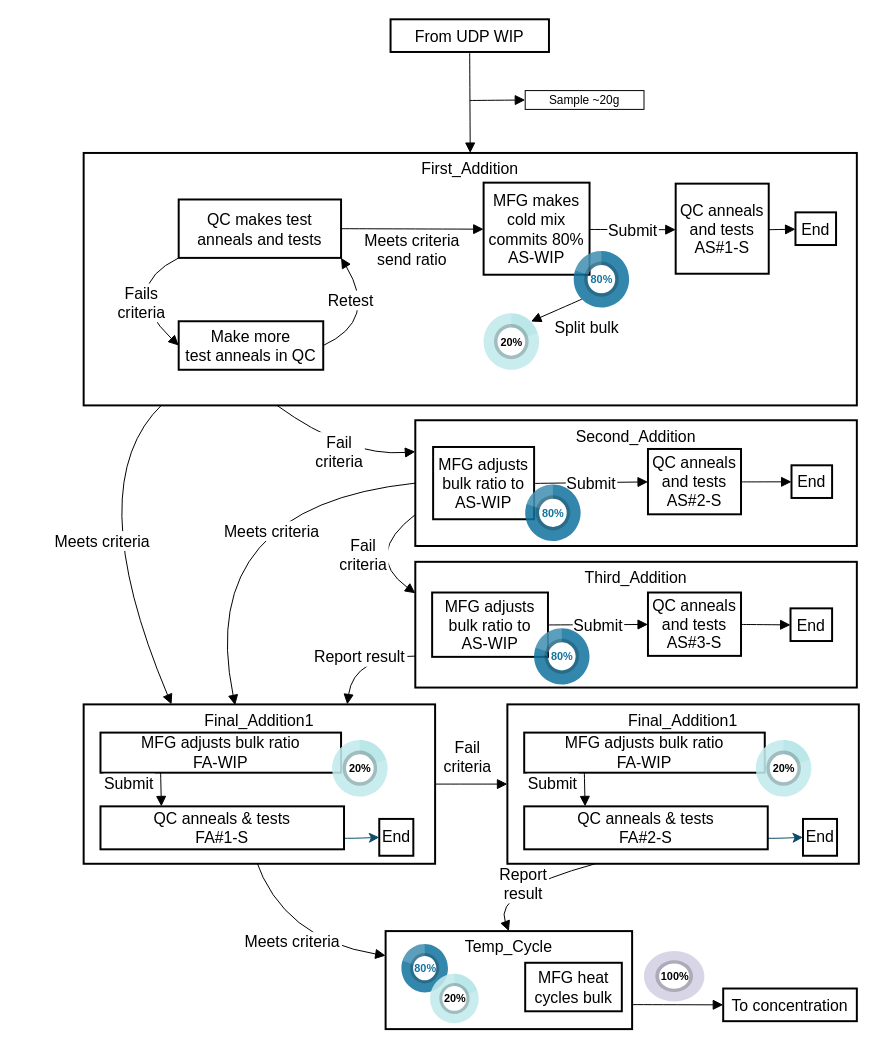
The draw.io diagram Flows.drawio in jeffspc88mx/MiscStuff, before the edit. Source tidied: cells renumbered, new cells numbered last; positions are measured from the earlier drawing's top-left corner, leaving out a move shared by most shapes. Both pictures are drawn from the tidied source at 99%, with x=0, y=0 at pixel (78, 19).
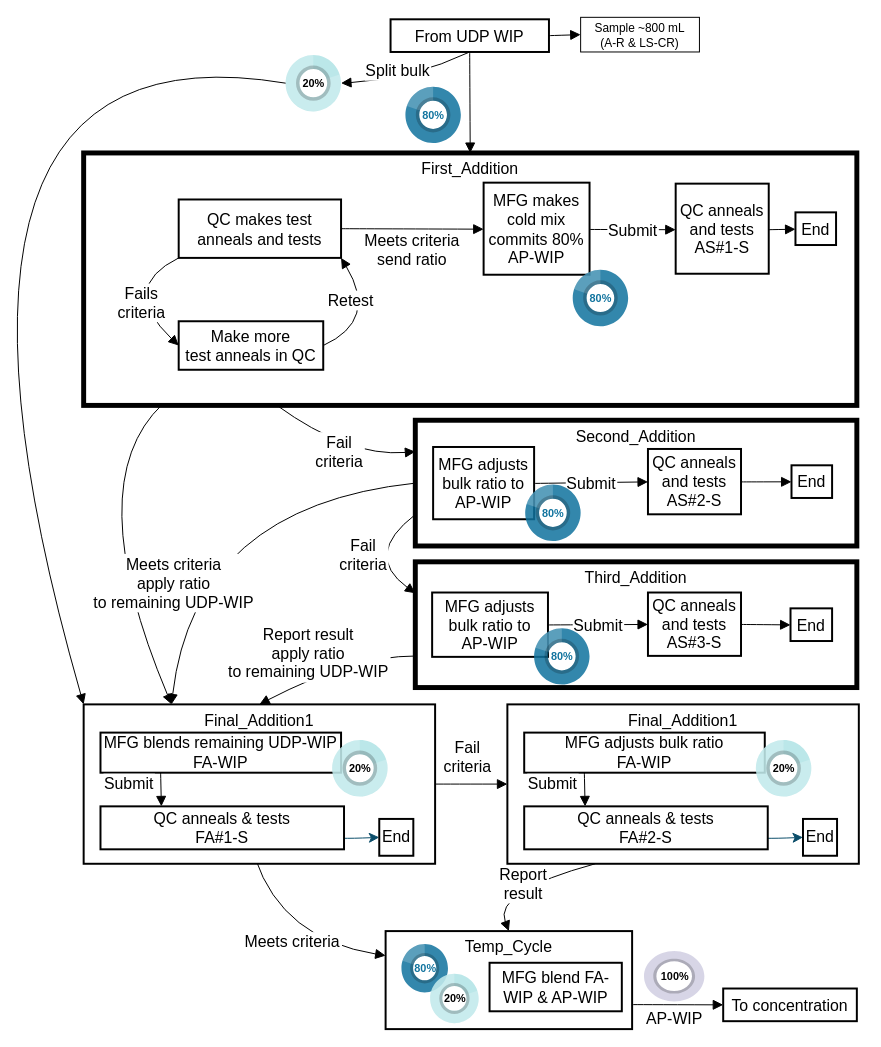
The same page after the edit.

Unchanged cells that the change refers to:
```xml
<mxCell id="2" value="Temp_Cycle" style="whiteSpace=wrap;strokeWidth=2;verticalAlign=top;fontSize=16;" parent="1" vertex="1">
  <mxGeometry x="310" y="921" width="249" height="99" as="geometry" />
</mxCell>
<mxCell id="8" value="From UDP WIP" style="whiteSpace=wrap;strokeWidth=2;fontSize=16;" parent="1" vertex="1">
  <mxGeometry x="315" width="160" height="33" as="geometry" />
</mxCell>
<mxCell id="9" value="To concentration" style="whiteSpace=wrap;strokeWidth=2;fontSize=16;" parent="1" vertex="1">
  <mxGeometry x="651" y="979" width="135" height="33" as="geometry" />
</mxCell>
<mxCell id="44" style="group;fontSize=16;" parent="1" vertex="1">
  <mxGeometry x="5" y="692" width="360" height="161" as="geometry" />
</mxCell>
<mxCell id="45" value="Final_Addition1" style="whiteSpace=wrap;strokeWidth=2;verticalAlign=top;fontSize=16;" parent="44" vertex="1">
  <mxGeometry width="355" height="161" as="geometry" />
</mxCell>
```

What changed in the source:
```diff
@@
-    <mxCell id="3" value="MFG heat&#10;cycles bulk" style="whiteSpace=wrap;strokeWidth=2;fontSize=16;" parent="2" vertex="1">
-      <mxGeometry x="141" y="32" width="97.6" height="49" as="geometry" />
+    <mxCell id="3" value="MFG blend FA-WIP &amp; AP-WIP" style="whiteSpace=wrap;strokeWidth=2;fontSize=16;" parent="2" vertex="1">
+      <mxGeometry x="105" y="32" width="133.6" height="49" as="geometry" />
     </mxCell>
@@
-    <mxCell id="6" value="Third_Addition" style="whiteSpace=wrap;strokeWidth=2;verticalAlign=top;fontSize=16;" parent="1" vertex="1">
+    <mxCell id="6" value="Third_Addition" style="whiteSpace=wrap;strokeWidth=5;verticalAlign=top;fontSize=16;" parent="1" vertex="1">
       <mxGeometry x="340" y="548" width="446" height="127" as="geometry" />
     </mxCell>
-    <mxCell id="7" value="Second_Addition" style="whiteSpace=wrap;strokeWidth=2;verticalAlign=top;fontSize=16;" parent="1" vertex="1">
+    <mxCell id="7" value="Second_Addition" style="whiteSpace=wrap;strokeWidth=5;verticalAlign=top;fontSize=16;" parent="1" vertex="1">
       <mxGeometry x="340" y="405" width="446" height="127" as="geometry" />
     </mxCell>
@@
+    <mxCell id="13" style="curved=1;startArrow=none;endArrow=block;exitX=0;exitY=0.5;rounded=0;fontSize=16;startSize=8;endSize=8;exitDx=0;exitDy=0;entryX=0.25;entryY=0;entryDx=0;entryDy=0;" parent="1" edge="1" source="7" target="45">
+      <mxGeometry x="-0.3" y="32" relative="1" as="geometry">
+        <Array as="points">
+          <mxPoint x="117" y="492" />
+        </Array>
+        <mxPoint x="1" as="offset" />
+      </mxGeometry>
+    </mxCell>
+    <mxCell id="66" value="&amp;nbsp; &amp;nbsp; &amp;nbsp; &amp;nbsp; &amp;nbsp; &amp;nbsp;&amp;nbsp;&lt;div&gt;&amp;nbsp; &amp;nbsp; &amp;nbsp; &amp;nbsp; &amp;nbsp; &amp;nbsp; &amp;nbsp; &amp;nbsp; &amp;nbsp; &amp;nbsp; &amp;nbsp;&amp;nbsp;&lt;/div&gt;&lt;div&gt;&amp;nbsp; &amp;nbsp; &amp;nbsp; &amp;nbsp; &amp;nbsp;&amp;nbsp;&lt;/div&gt;&lt;div&gt;&lt;br&gt;&lt;/div&gt;" style="edgeLabel;html=1;align=center;verticalAlign=middle;" parent="13" vertex="1">
+      <mxGeometry x="-0.22" y="40" relative="1" as="geometry">
+        <mxPoint x="-41" y="45" as="offset" />
+      </mxGeometry>
+    </mxCell>
-    <mxCell id="12" value="Meets criteria" style="curved=1;startArrow=none;endArrow=block;exitX=0.102;exitY=0.995;entryX=0.25;entryY=0;rounded=0;fontSize=16;startSize=8;endSize=8;exitDx=0;exitDy=0;exitPerimeter=0;entryDx=0;entryDy=0;" parent="1" edge="1" source="20" target="45">
-      <mxGeometry relative="1" as="geometry">
+    <mxCell id="12" value="Meets criteria&#10;apply ratio&#10;to remaining UDP-WIP" style="curved=1;startArrow=none;endArrow=block;exitX=0.102;exitY=0.995;entryX=0.25;entryY=0;rounded=0;fontSize=16;startSize=8;endSize=8;exitDx=0;exitDy=0;exitPerimeter=0;entryDx=0;entryDy=0;" parent="1" edge="1" source="20" target="45">
+      <mxGeometry x="0.37" y="50" relative="1" as="geometry">
         <Array as="points">
           <mxPoint y="469" />
         </Array>
       </mxGeometry>
     </mxCell>
-    <mxCell id="13" value="Meets criteria" style="curved=1;startArrow=none;endArrow=block;exitX=0;exitY=0.5;rounded=0;fontSize=16;startSize=8;endSize=8;exitDx=0;exitDy=0;entryX=0.431;entryY=0.005;entryDx=0;entryDy=0;entryPerimeter=0;" parent="1" edge="1" source="7" target="45">
-      <mxGeometry x="-0.3" y="32" relative="1" as="geometry">
-        <Array as="points">
-          <mxPoint x="117" y="492" />
-        </Array>
-        <mxPoint x="1" as="offset" />
-      </mxGeometry>
-    </mxCell>
-    <mxCell id="14" value="Report result" style="curved=1;startArrow=none;endArrow=block;exitX=0;exitY=0.75;entryX=0.75;entryY=0;rounded=0;fontSize=16;startSize=8;endSize=8;exitDx=0;exitDy=0;entryDx=0;entryDy=0;" parent="1" edge="1" source="6" target="45">
-      <mxGeometry relative="1" as="geometry">
+    <mxCell id="14" value="Report result&#10;apply ratio&#10;to remaining UDP-WIP" style="curved=1;startArrow=none;endArrow=block;exitX=0;exitY=0.75;entryX=0.5;entryY=0;rounded=0;fontSize=16;startSize=8;endSize=8;exitDx=0;exitDy=0;entryDx=0;entryDy=0;" parent="1" edge="1" target="45">
+      <mxGeometry x="0.19" y="-24" relative="1" as="geometry">
+        <mxPoint x="339" y="643.2" as="sourcePoint" />
         <Array as="points">
-          <mxPoint x="278" y="643" />
+          <mxPoint x="277" y="643" />
         </Array>
       </mxGeometry>
     </mxCell>
@@
-    <mxCell id="18" style="curved=1;startArrow=none;endArrow=block;exitX=1;exitY=0.75;entryX=0;entryY=0.5;rounded=0;fontSize=16;startSize=8;endSize=8;exitDx=0;exitDy=0;entryDx=0;entryDy=0;" parent="1" edge="1" source="2" target="9">
-      <mxGeometry relative="1" as="geometry" />
+    <mxCell id="18" value="AP-WIP" style="curved=1;startArrow=none;endArrow=block;exitX=1;exitY=0.75;entryX=0;entryY=0.5;rounded=0;fontSize=16;startSize=8;endSize=8;exitDx=0;exitDy=0;entryDx=0;entryDy=0;" parent="1" edge="1" source="2" target="9">
+      <mxGeometry x="-0.06" y="-13" relative="1" as="geometry" />
     </mxCell>
-    <mxCell id="19" style="group;fontSize=16;" parent="1" vertex="1">
+    <mxCell id="19" style="group;fontSize=16;fillColor=#fff2cc;strokeColor=#009900;" parent="1" vertex="1">
       <mxGeometry x="5" y="135" width="781" height="255" as="geometry" />
     </mxCell>
-    <mxCell id="20" value="First_Addition" style="whiteSpace=wrap;strokeWidth=2;verticalAlign=top;fontSize=16;" parent="19" vertex="1">
+    <mxCell id="20" value="First_Addition" style="whiteSpace=wrap;strokeWidth=5;verticalAlign=top;fontSize=16;" parent="19" vertex="1">
       <mxGeometry width="781" height="255" as="geometry" />
     </mxCell>
@@
-    <mxCell id="23" value="MFG makes&#10;cold mix&#10;commits 80%&#10;AS-WIP" style="whiteSpace=wrap;strokeWidth=2;fontSize=16;verticalAlign=middle;" parent="19" vertex="1">
+    <mxCell id="23" value="MFG makes&#10;cold mix&#10;commits 80%&#10;AP-WIP" style="whiteSpace=wrap;strokeWidth=2;fontSize=16;verticalAlign=middle;" parent="19" vertex="1">
       <mxGeometry x="404" y="30" width="107" height="93" as="geometry" />
     </mxCell>
@@
-    <mxCell id="31" value="80%" style="verticalLabelPosition=middle;verticalAlign=middle;html=1;shape=mxgraph.infographic.partConcEllipse;fillColor=#10739E;strokeColor=default;startAngle=0;endAngle=.8;arcWidth=0.5;fontSize=11;fontColor=#10739E;align=center;fontStyle=1;perimeterSpacing=0;strokeWidth=0;shadow=0;fillOpacity=85;strokeOpacity=0;" parent="19" vertex="1">
-      <mxGeometry x="495" y="99" width="56" height="57" as="geometry" />
-    </mxCell>
-    <mxCell id="32" value="20%" style="verticalLabelPosition=middle;verticalAlign=middle;html=1;shape=mxgraph.infographic.partConcEllipse;fillColor=#b0e3e6;strokeColor=#0e8088;startAngle=0;endAngle=0.20;arcWidth=0.5;fontSize=11;align=center;fontStyle=1;perimeterSpacing=0;strokeWidth=0;shadow=0;fillOpacity=85;strokeOpacity=0;" parent="19" vertex="1">
-      <mxGeometry x="404" y="162" width="56" height="57" as="geometry" />
-    </mxCell>
-    <mxCell id="33" value="Split bulk" style="curved=1;startArrow=none;endArrow=block;exitX=0.145;exitY=0.855;entryX=0.855;entryY=0.145;rounded=0;fontSize=16;startSize=8;endSize=8;horizontal=1;exitDx=0;exitDy=0;exitPerimeter=0;entryDx=0;entryDy=0;entryPerimeter=0;" parent="19" edge="1" source="31" target="32">
-      <mxGeometry x="-0.8" y="27" relative="1" as="geometry" />
-    </mxCell>
+    <mxCell id="67" value="80%" style="verticalLabelPosition=middle;verticalAlign=middle;html=1;shape=mxgraph.infographic.partConcEllipse;fillColor=#10739E;strokeColor=default;startAngle=0;endAngle=.8;arcWidth=0.5;fontSize=11;fontColor=#10739E;align=center;fontStyle=1;perimeterSpacing=0;strokeWidth=0;shadow=0;fillOpacity=85;strokeOpacity=0;" parent="19" vertex="1">
+      <mxGeometry x="494" y="118" width="56" height="57" as="geometry" />
+    </mxCell>
-    <mxCell id="34" value="MFG adjusts&#10;bulk ratio to AS-WIP" style="whiteSpace=wrap;strokeWidth=2;fontSize=16;" parent="1" vertex="1">
+    <mxCell id="34" value="MFG adjusts&#10;bulk ratio to AP-WIP" style="whiteSpace=wrap;strokeWidth=2;fontSize=16;" parent="1" vertex="1">
       <mxGeometry x="358" y="432" width="102" height="73" as="geometry" />
     </mxCell>
@@
-    <mxCell id="39" value="MFG adjusts&#10;bulk ratio to &#10;AS-WIP" style="whiteSpace=wrap;strokeWidth=2;fontSize=16;" parent="1" vertex="1">
+    <mxCell id="39" value="MFG adjusts&#10;bulk ratio to &#10;AP-WIP" style="whiteSpace=wrap;strokeWidth=2;fontSize=16;" parent="1" vertex="1">
       <mxGeometry x="357" y="579" width="117" height="65" as="geometry" />
     </mxCell>
@@
-    <mxCell id="48" value="MFG adjusts bulk ratio&#10;FA-WIP" style="whiteSpace=wrap;strokeWidth=2;fontSize=16;" parent="44" vertex="1">
+    <mxCell id="48" value="MFG blends remaining UDP-WIP&#10;FA-WIP" style="whiteSpace=wrap;strokeWidth=2;fontSize=16;" parent="44" vertex="1">
       <mxGeometry x="17" y="28.5" width="243" height="40.5" as="geometry" />
     </mxCell>
@@
-    <mxCell id="53" value="Sample ~20g" style="rounded=0;whiteSpace=wrap;html=1;" parent="1" vertex="1">
-      <mxGeometry x="451" y="72" width="120" height="19" as="geometry" />
+    <mxCell id="53" value="Sample ~800 mL&lt;br&gt;(A-R &amp;amp; LS-CR)" style="rounded=0;whiteSpace=wrap;html=1;" parent="1" vertex="1">
+      <mxGeometry x="507" y="-2" width="120" height="35" as="geometry" />
     </mxCell>
-    <mxCell id="54" style="curved=1;startArrow=none;endArrow=block;entryX=0;entryY=0.5;rounded=0;fontSize=16;startSize=8;endSize=8;entryDx=0;entryDy=0;" parent="1" edge="1" target="53">
-      <mxGeometry relative="1" as="geometry">
-        <mxPoint x="395" y="82" as="sourcePoint" />
-      </mxGeometry>
+    <mxCell id="54" style="curved=1;startArrow=none;endArrow=block;entryX=0;entryY=0.5;rounded=0;fontSize=16;startSize=8;endSize=8;entryDx=0;entryDy=0;exitX=1;exitY=0.5;exitDx=0;exitDy=0;" parent="1" edge="1" source="8" target="53">
+      <mxGeometry relative="1" as="geometry" />
     </mxCell>
@@
-    <mxCell id="57" value="100%" style="verticalLabelPosition=middle;verticalAlign=middle;html=1;shape=mxgraph.infographic.partConcEllipse;fillColor=#d0cee2;strokeColor=#56517e;startAngle=0;endAngle=1;arcWidth=0.5;fontSize=11;align=center;fontStyle=1;perimeterSpacing=0;strokeWidth=0;shadow=0;fillOpacity=85;strokeOpacity=0;" parent="1" vertex="1">
+    <mxCell id="57" value="100%" style="verticalLabelPosition=middle;verticalAlign=middle;html=1;shape=mxgraph.infographic.partConcEllipse;fillColor=#d0cee2;strokeColor=#56517e;startAngle=0;endAngle=1;arcWidth=0.41;fontSize=11;align=center;fontStyle=1;perimeterSpacing=0;strokeWidth=0;shadow=0;fillOpacity=85;strokeOpacity=0;" parent="1" vertex="1">
       <mxGeometry x="571" y="941" width="61" height="51" as="geometry" />
     </mxCell>
@@
+    <mxCell id="33" value="Split bulk" style="curved=1;startArrow=none;endArrow=block;exitX=0.5;exitY=1;entryX=1;entryY=0.5;rounded=0;fontSize=16;startSize=8;endSize=8;horizontal=1;exitDx=0;exitDy=0;entryDx=0;entryDy=0;entryPerimeter=0;" parent="1" edge="1" source="8" target="32">
+      <mxGeometry x="0.15" y="-10" relative="1" as="geometry">
+        <Array as="points">
+          <mxPoint x="338" y="60" />
+        </Array>
+      </mxGeometry>
+    </mxCell>
+    <mxCell id="32" value="20%" style="verticalLabelPosition=middle;verticalAlign=middle;html=1;shape=mxgraph.infographic.partConcEllipse;fillColor=#b0e3e6;strokeColor=#0e8088;startAngle=0;endAngle=0.20;arcWidth=0.5;fontSize=11;align=center;fontStyle=1;perimeterSpacing=0;strokeWidth=0;shadow=0;fillOpacity=85;strokeOpacity=0;" parent="1" vertex="1">
+      <mxGeometry x="209" y="36" width="56" height="57" as="geometry" />
+    </mxCell>
+    <mxCell id="31" value="80%" style="verticalLabelPosition=middle;verticalAlign=middle;html=1;shape=mxgraph.infographic.partConcEllipse;fillColor=#10739E;strokeColor=default;startAngle=0;endAngle=.8;arcWidth=0.5;fontSize=11;fontColor=#10739E;align=center;fontStyle=1;perimeterSpacing=0;strokeWidth=0;shadow=0;fillOpacity=85;strokeOpacity=0;" parent="1" vertex="1">
+      <mxGeometry x="330" y="68" width="56" height="57" as="geometry" />
+    </mxCell>
+    <mxCell id="68" style="curved=1;startArrow=none;endArrow=block;exitX=0;exitY=0.5;entryX=0;entryY=0;rounded=0;fontSize=16;startSize=8;endSize=8;horizontal=1;exitDx=0;exitDy=0;exitPerimeter=0;entryDx=0;entryDy=0;" parent="1" edge="1" source="32" target="45">
+      <mxGeometry x="-0.85" y="41" relative="1" as="geometry">
+        <Array as="points">
+          <mxPoint x="-194" y="-3" />
+        </Array>
+      </mxGeometry>
+    </mxCell>
```
